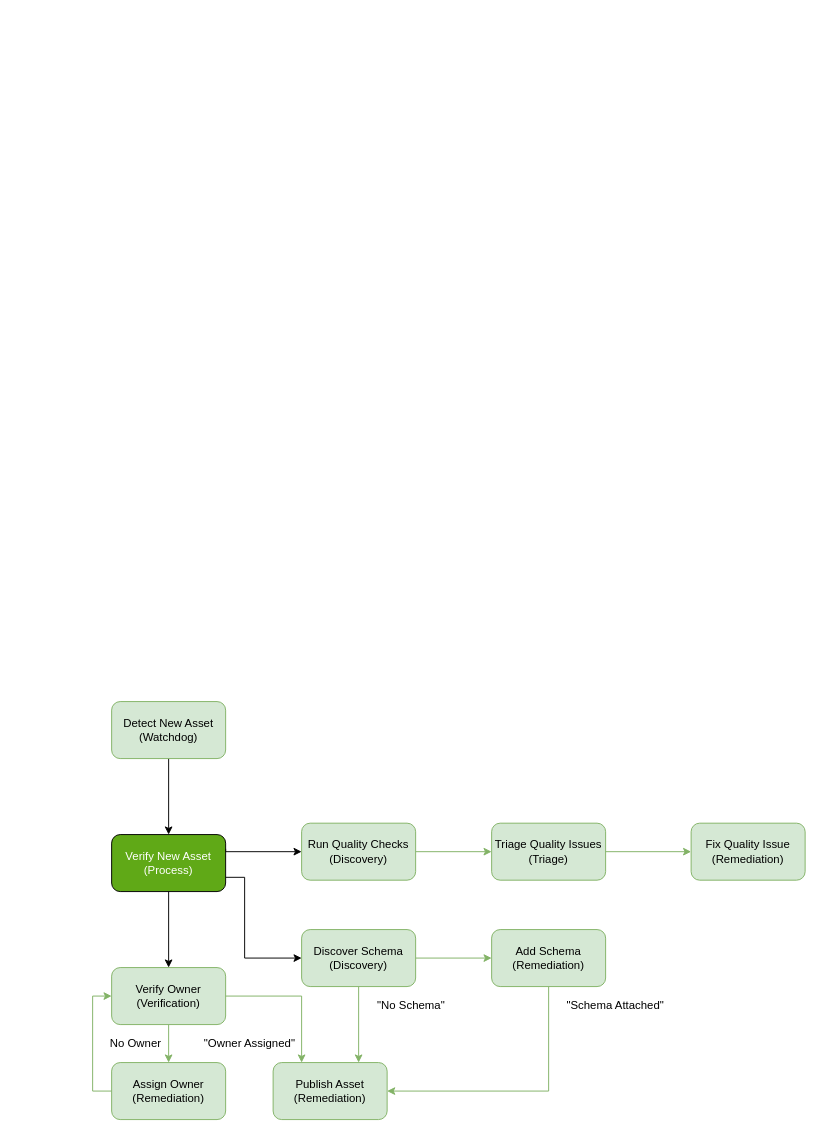
odpi/egeria keeps this draw.io diagram as page "governance-action-processes" (5 of 5) of open-metadata-implementation/frameworks/governance-action-framework/docs/governance-action-framework.drawio. Above is the earlier version. Source tidied: cells renumbered, new cells numbered last; positions are measured from the earlier drawing's top-left corner, leaving out a move shared by most shapes. Both pictures are drawn from the tidied source at 95%, with x=0, y=0 at pixel (92, 701).
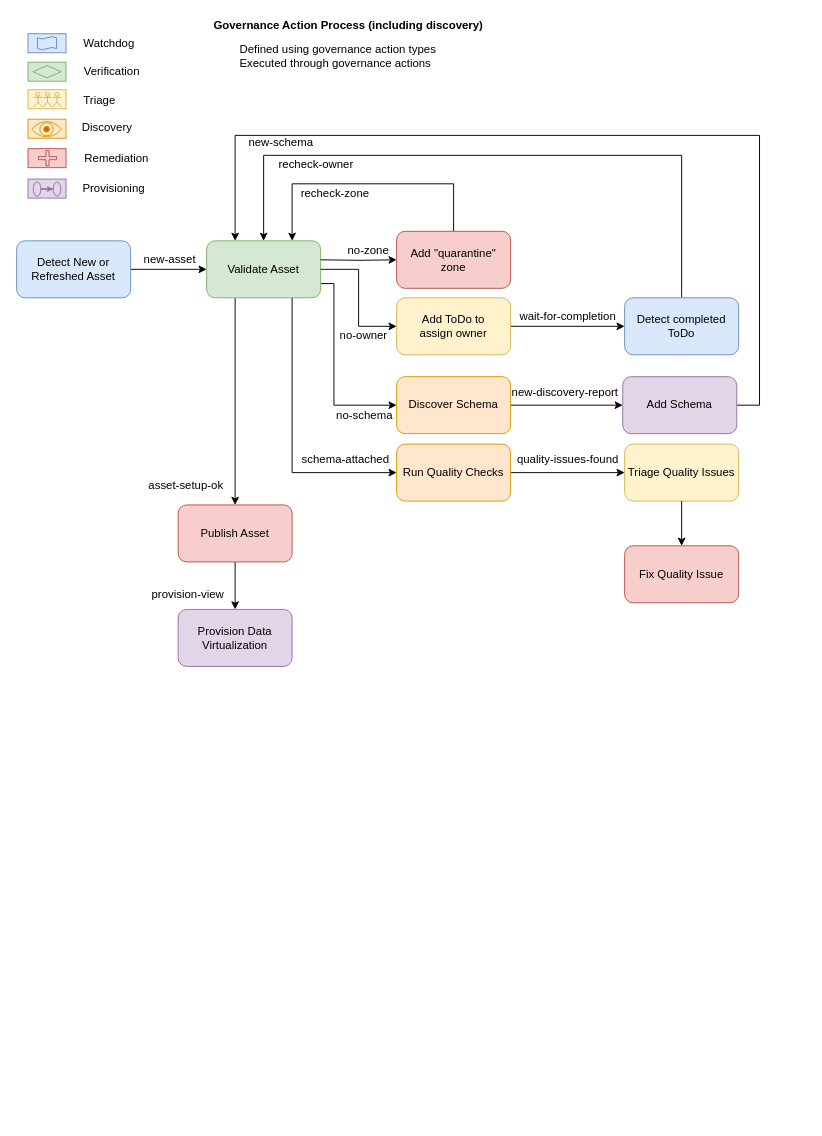
After the change.

Change to the diagram source:
```diff
@@
-    <mxCell id="2" style="edgeStyle=orthogonalEdgeStyle;rounded=0;jettySize=auto;html=1;fillColor=#d5e8d4;strokeColor=#82b366;" parent="1" edge="1" source="16" target="7">
-      <mxGeometry relative="1" as="geometry" />
-    </mxCell>
-    <mxCell id="3" style="edgeStyle=orthogonalEdgeStyle;rounded=0;jettySize=auto;html=1;exitX=1;exitY=0.75;exitDx=0;exitDy=0;" parent="1" edge="1" source="5" target="11">
-      <mxGeometry relative="1" as="geometry">
-        <Array as="points">
-          <mxPoint x="160" y="185" />
-          <mxPoint x="160" y="270" />
-        </Array>
-      </mxGeometry>
-    </mxCell>
-    <mxCell id="4" style="edgeStyle=orthogonalEdgeStyle;rounded=0;jettySize=auto;html=1;exitX=1;exitY=0.25;exitDx=0;exitDy=0;entryX=0;entryY=0.5;entryDx=0;entryDy=0;" parent="1" edge="1" source="5" target="15">
-      <mxGeometry relative="1" as="geometry">
-        <Array as="points">
-          <mxPoint x="140" y="158" />
-        </Array>
-      </mxGeometry>
-    </mxCell>
-    <mxCell id="5" value="Verify New Asset&lt;br&gt;(Process)" style="rounded=1;whiteSpace=wrap;html=1;fillColor=#60a917;fontColor=#ffffff;" parent="1" vertex="1">
-      <mxGeometry x="20" y="140" width="120" height="60" as="geometry" />
-    </mxCell>
-    <mxCell id="6" style="edgeStyle=orthogonalEdgeStyle;rounded=0;jettySize=auto;html=1;entryX=0;entryY=0.5;entryDx=0;entryDy=0;fillColor=#d5e8d4;strokeColor=#82b366;" parent="1" edge="1" source="7" target="16">
-      <mxGeometry relative="1" as="geometry">
-        <Array as="points">
-          <mxPoint y="410" />
-          <mxPoint y="310" />
-        </Array>
-      </mxGeometry>
-    </mxCell>
-    <mxCell id="7" value="Assign Owner&lt;br&gt;(Remediation)" style="rounded=1;whiteSpace=wrap;html=1;fillColor=#d5e8d4;strokeColor=#82b366;" parent="1" vertex="1">
-      <mxGeometry x="20" y="380" width="120" height="60" as="geometry" />
-    </mxCell>
-    <mxCell id="8" style="edgeStyle=orthogonalEdgeStyle;rounded=0;jettySize=auto;html=1;exitX=1;exitY=0.5;exitDx=0;exitDy=0;fillColor=#d5e8d4;strokeColor=#82b366;" parent="1" edge="1" source="15" target="12">
-      <mxGeometry relative="1" as="geometry" />
-    </mxCell>
-    <mxCell id="9" style="edgeStyle=orthogonalEdgeStyle;rounded=0;jettySize=auto;html=1;fillColor=#d5e8d4;strokeColor=#82b366;" parent="1" edge="1" source="11" target="14">
-      <mxGeometry relative="1" as="geometry" />
-    </mxCell>
-    <mxCell id="10" style="edgeStyle=orthogonalEdgeStyle;rounded=0;jettySize=auto;html=1;entryX=0.75;entryY=0;entryDx=0;entryDy=0;fillColor=#d5e8d4;strokeColor=#82b366;" parent="1" edge="1" source="11" target="21">
-      <mxGeometry relative="1" as="geometry" />
-    </mxCell>
-    <mxCell id="11" value="Discover Schema&lt;br&gt;(Discovery)" style="rounded=1;whiteSpace=wrap;html=1;fillColor=#d5e8d4;strokeColor=#82b366;" parent="1" vertex="1">
-      <mxGeometry x="220" y="240" width="120" height="60" as="geometry" />
-    </mxCell>
-    <mxCell id="12" value="Triage Quality Issues&lt;br&gt;(Triage)" style="rounded=1;whiteSpace=wrap;html=1;fillColor=#d5e8d4;strokeColor=#82b366;" parent="1" vertex="1">
-      <mxGeometry x="420" y="128" width="120" height="60" as="geometry" />
-    </mxCell>
-    <mxCell id="13" style="edgeStyle=orthogonalEdgeStyle;rounded=0;jettySize=auto;html=1;entryX=1;entryY=0.5;entryDx=0;entryDy=0;fillColor=#d5e8d4;strokeColor=#82b366;" parent="1" edge="1" source="14" target="21">
-      <mxGeometry relative="1" as="geometry">
-        <Array as="points">
-          <mxPoint x="480" y="410" />
-        </Array>
-      </mxGeometry>
-    </mxCell>
-    <mxCell id="14" value="Add Schema&lt;br&gt;(Remediation)" style="rounded=1;whiteSpace=wrap;html=1;fillColor=#d5e8d4;strokeColor=#82b366;" parent="1" vertex="1">
-      <mxGeometry x="420" y="240" width="120" height="60" as="geometry" />
-    </mxCell>
-    <mxCell id="15" value="Run Quality Checks&lt;br&gt;(Discovery)" style="rounded=1;whiteSpace=wrap;html=1;fillColor=#d5e8d4;strokeColor=#82b366;" parent="1" vertex="1">
-      <mxGeometry x="220" y="128" width="120" height="60" as="geometry" />
-    </mxCell>
-    <mxCell id="16" value="Verify Owner&lt;br&gt;(Verification)" style="rounded=1;whiteSpace=wrap;html=1;fillColor=#d5e8d4;strokeColor=#82b366;" parent="1" vertex="1">
-      <mxGeometry x="20" y="280" width="120" height="60" as="geometry" />
-    </mxCell>
-    <mxCell id="17" style="edgeStyle=orthogonalEdgeStyle;rounded=0;jettySize=auto;html=1;" parent="1" edge="1" source="5" target="16">
-      <mxGeometry relative="1" as="geometry" />
-    </mxCell>
-    <mxCell id="18" style="edgeStyle=orthogonalEdgeStyle;rounded=0;jettySize=auto;html=1;exitX=1;exitY=0.5;exitDx=0;exitDy=0;fillColor=#d5e8d4;strokeColor=#82b366;" parent="1" edge="1" source="12" target="19">
-      <mxGeometry relative="1" as="geometry" />
-    </mxCell>
-    <mxCell id="19" value="Fix Quality Issue&lt;br&gt;(Remediation)" style="rounded=1;whiteSpace=wrap;html=1;fillColor=#d5e8d4;strokeColor=#82b366;" parent="1" vertex="1">
-      <mxGeometry x="630" y="128" width="120" height="60" as="geometry" />
-    </mxCell>
-    <mxCell id="20" style="edgeStyle=orthogonalEdgeStyle;rounded=0;jettySize=auto;html=1;fillColor=#d5e8d4;strokeColor=#82b366;exitX=1;exitY=0.5;exitDx=0;exitDy=0;entryX=0.25;entryY=0;entryDx=0;entryDy=0;" parent="1" edge="1" source="16" target="21">
-      <mxGeometry relative="1" as="geometry" />
-    </mxCell>
-    <mxCell id="21" value="Publish Asset&lt;br&gt;(Remediation)" style="rounded=1;whiteSpace=wrap;html=1;fillColor=#d5e8d4;strokeColor=#82b366;" parent="1" vertex="1">
-      <mxGeometry x="190" y="380" width="120" height="60" as="geometry" />
-    </mxCell>
-    <mxCell id="22" value="&quot;No Schema&quot;" style="text;html=1;align=center;verticalAlign=middle;" parent="1" vertex="1">
-      <mxGeometry x="290" y="310" width="90" height="20" as="geometry" />
-    </mxCell>
-    <mxCell id="23" value="&quot;Schema Attached&quot;" style="text;html=1;align=center;verticalAlign=middle;" parent="1" vertex="1">
-      <mxGeometry x="490" y="310" width="120" height="20" as="geometry" />
-    </mxCell>
-    <mxCell id="24" value="&quot;Owner Assigned&quot;" style="text;html=1;align=center;verticalAlign=middle;" parent="1" vertex="1">
-      <mxGeometry x="110" y="350" width="110" height="20" as="geometry" />
-    </mxCell>
-    <mxCell id="25" value="No Owner" style="text;html=1;align=center;verticalAlign=middle;" parent="1" vertex="1">
-      <mxGeometry x="10" y="350" width="70" height="20" as="geometry" />
-    </mxCell>
-    <mxCell id="26" style="edgeStyle=orthogonalEdgeStyle;rounded=0;jettySize=auto;html=1;" parent="1" edge="1" source="27" target="5">
-      <mxGeometry relative="1" as="geometry" />
-    </mxCell>
-    <mxCell id="27" value="Detect New Asset (Watchdog)" style="rounded=1;whiteSpace=wrap;html=1;fillColor=#d5e8d4;strokeColor=#82b366;" parent="1" vertex="1">
-      <mxGeometry x="20" width="120" height="60" as="geometry" />
-    </mxCell>
+    <mxCell id="28" style="rounded=0;whiteSpace=wrap;html=1;fillColor=#fff2cc;strokeColor=#d6b656;" parent="1" vertex="1">
+      <mxGeometry x="-68" y="-644" width="40" height="20" as="geometry" />
+    </mxCell>
+    <mxCell id="29" style="edgeStyle=orthogonalEdgeStyle;rounded=0;jettySize=auto;html=1;" parent="1" edge="1" source="30" target="33">
+      <mxGeometry relative="1" as="geometry" />
+    </mxCell>
+    <mxCell id="30" value="Detect New or&lt;br&gt;Refreshed Asset" style="rounded=1;whiteSpace=wrap;html=1;fillColor=#dae8fc;strokeColor=#6c8ebf;" parent="1" vertex="1">
+      <mxGeometry x="-80" y="-485" width="120" height="60" as="geometry" />
+    </mxCell>
+    <mxCell id="31" style="edgeStyle=orthogonalEdgeStyle;rounded=0;jettySize=auto;html=1;exitX=0.25;exitY=1;exitDx=0;exitDy=0;" parent="1" edge="1" source="33" target="58">
+      <mxGeometry relative="1" as="geometry" />
+    </mxCell>
+    <mxCell id="32" style="edgeStyle=orthogonalEdgeStyle;rounded=0;jettySize=auto;html=1;exitX=1;exitY=0.75;exitDx=0;exitDy=0;entryX=0;entryY=0.5;entryDx=0;entryDy=0;endArrow=classic;endFill=1;" parent="1" edge="1" source="33" target="73">
+      <mxGeometry relative="1" as="geometry">
+        <Array as="points">
+          <mxPoint x="254" y="-440" />
+          <mxPoint x="254" y="-312" />
+        </Array>
+      </mxGeometry>
+    </mxCell>
+    <mxCell id="33" value="Validate Asset" style="rounded=1;whiteSpace=wrap;html=1;fillColor=#d5e8d4;strokeColor=#82b366;" parent="1" vertex="1">
+      <mxGeometry x="120" y="-485" width="120" height="60" as="geometry" />
+    </mxCell>
+    <mxCell id="34" value="new-asset" style="text;html=1;align=center;verticalAlign=middle;" parent="1" vertex="1">
+      <mxGeometry x="46" y="-475" width="70" height="20" as="geometry" />
+    </mxCell>
+    <mxCell id="35" style="edgeStyle=orthogonalEdgeStyle;rounded=0;jettySize=auto;html=1;" parent="1" edge="1" target="37">
+      <mxGeometry relative="1" as="geometry">
+        <mxPoint x="240" y="-465" as="sourcePoint" />
+      </mxGeometry>
+    </mxCell>
+    <mxCell id="36" style="edgeStyle=orthogonalEdgeStyle;rounded=0;jettySize=auto;html=1;entryX=0.75;entryY=0;entryDx=0;entryDy=0;" parent="1" edge="1" source="37" target="33">
+      <mxGeometry relative="1" as="geometry">
+        <Array as="points">
+          <mxPoint x="380" y="-545" />
+          <mxPoint x="210" y="-545" />
+        </Array>
+      </mxGeometry>
+    </mxCell>
+    <mxCell id="37" value="Add &quot;quarantine&quot; zone" style="rounded=1;whiteSpace=wrap;html=1;fillColor=#f8cecc;strokeColor=#b85450;" parent="1" vertex="1">
+      <mxGeometry x="320" y="-495" width="120" height="60" as="geometry" />
+    </mxCell>
+    <mxCell id="38" value="no-zone" style="text;html=1;align=center;verticalAlign=middle;" parent="1" vertex="1">
+      <mxGeometry x="260" y="-485" width="60" height="20" as="geometry" />
+    </mxCell>
+    <mxCell id="39" style="rounded=0;whiteSpace=wrap;html=1;fillColor=#dae8fc;strokeColor=#6c8ebf;" parent="1" vertex="1">
+      <mxGeometry x="-68" y="-703" width="40" height="20" as="geometry" />
+    </mxCell>
+    <mxCell id="40" value="Watchdog" style="text;html=1;align=center;verticalAlign=middle;" parent="1" vertex="1">
+      <mxGeometry x="-18" y="-703" width="70" height="20" as="geometry" />
+    </mxCell>
+    <mxCell id="41" style="rounded=0;whiteSpace=wrap;html=1;fillColor=#d5e8d4;strokeColor=#82b366;" parent="1" vertex="1">
+      <mxGeometry x="-68" y="-673" width="40" height="20" as="geometry" />
+    </mxCell>
+    <mxCell id="42" value="Verification" style="text;html=1;align=center;verticalAlign=middle;" parent="1" vertex="1">
+      <mxGeometry x="-15" y="-673" width="70" height="20" as="geometry" />
+    </mxCell>
+    <mxCell id="43" style="rounded=0;whiteSpace=wrap;html=1;fillColor=#f8cecc;strokeColor=#b85450;" parent="1" vertex="1">
+      <mxGeometry x="-68" y="-582" width="40" height="20" as="geometry" />
+    </mxCell>
+    <mxCell id="44" style="rounded=0;whiteSpace=wrap;html=1;fillColor=#ffe6cc;strokeColor=#d79b00;" parent="1" vertex="1">
+      <mxGeometry x="-68" y="-613" width="40" height="20" as="geometry" />
+    </mxCell>
+    <mxCell id="45" value="Discovery" style="text;html=1;align=center;verticalAlign=middle;" parent="1" vertex="1">
+      <mxGeometry x="-17" y="-613" width="63" height="18" as="geometry" />
+    </mxCell>
+    <mxCell id="46" value="Remediation" style="text;html=1;align=center;verticalAlign=middle;" parent="1" vertex="1">
+      <mxGeometry x="-15" y="-582" width="80" height="20" as="geometry" />
+    </mxCell>
+    <mxCell id="47" value="Triage" style="text;html=1;align=center;verticalAlign=middle;" parent="1" vertex="1">
+      <mxGeometry x="-18" y="-643" width="50" height="20" as="geometry" />
+    </mxCell>
+    <mxCell id="48" style="edgeStyle=orthogonalEdgeStyle;rounded=0;jettySize=auto;html=1;exitX=1;exitY=0.5;exitDx=0;exitDy=0;" parent="1" edge="1" source="33" target="50">
+      <mxGeometry relative="1" as="geometry" />
+    </mxCell>
+    <mxCell id="49" style="edgeStyle=orthogonalEdgeStyle;rounded=0;jettySize=auto;html=1;entryX=0;entryY=0.5;entryDx=0;entryDy=0;" parent="1" edge="1" source="50" target="53">
+      <mxGeometry relative="1" as="geometry" />
+    </mxCell>
+    <mxCell id="50" value="Add ToDo to&lt;br&gt;assign owner" style="rounded=1;whiteSpace=wrap;html=1;fillColor=#fff2cc;strokeColor=#d6b656;" parent="1" vertex="1">
+      <mxGeometry x="320" y="-425" width="120" height="60" as="geometry" />
+    </mxCell>
+    <mxCell id="51" value="no-owner" style="text;html=1;align=center;verticalAlign=middle;" parent="1" vertex="1">
+      <mxGeometry x="250" y="-395" width="70" height="20" as="geometry" />
+    </mxCell>
+    <mxCell id="52" style="edgeStyle=orthogonalEdgeStyle;rounded=0;jettySize=auto;html=1;entryX=0.5;entryY=0;entryDx=0;entryDy=0;" parent="1" edge="1" source="53" target="33">
+      <mxGeometry relative="1" as="geometry">
+        <Array as="points">
+          <mxPoint x="620" y="-575" />
+          <mxPoint x="180" y="-575" />
+        </Array>
+      </mxGeometry>
+    </mxCell>
+    <mxCell id="53" value="Detect completed&lt;br&gt;ToDo" style="rounded=1;whiteSpace=wrap;html=1;fillColor=#dae8fc;strokeColor=#6c8ebf;" parent="1" vertex="1">
+      <mxGeometry x="560" y="-425" width="120" height="60" as="geometry" />
+    </mxCell>
+    <mxCell id="54" value="wait-for-completion" style="text;html=1;align=center;verticalAlign=middle;" parent="1" vertex="1">
+      <mxGeometry x="440" y="-415" width="120" height="20" as="geometry" />
+    </mxCell>
+    <mxCell id="55" value="recheck-owner" style="text;html=1;align=center;verticalAlign=middle;" parent="1" vertex="1">
+      <mxGeometry x="190" y="-575" width="90" height="20" as="geometry" />
+    </mxCell>
+    <mxCell id="56" value="recheck-zone" style="text;html=1;align=center;verticalAlign=middle;" parent="1" vertex="1">
+      <mxGeometry x="210" y="-545" width="90" height="20" as="geometry" />
+    </mxCell>
+    <mxCell id="57" style="edgeStyle=orthogonalEdgeStyle;rounded=0;jettySize=auto;html=1;" parent="1" edge="1" source="58" target="59">
+      <mxGeometry relative="1" as="geometry" />
+    </mxCell>
+    <mxCell id="58" value="Publish Asset" style="rounded=1;whiteSpace=wrap;html=1;fillColor=#f8cecc;strokeColor=#b85450;" parent="1" vertex="1">
+      <mxGeometry x="90" y="-207" width="120" height="60" as="geometry" />
+    </mxCell>
+    <mxCell id="59" value="Provision Data Virtualization" style="rounded=1;whiteSpace=wrap;html=1;fillColor=#e1d5e7;strokeColor=#9673a6;" parent="1" vertex="1">
+      <mxGeometry x="90" y="-97" width="120" height="60" as="geometry" />
+    </mxCell>
+    <mxCell id="60" value="asset-setup-ok" style="text;html=1;align=center;verticalAlign=middle;" parent="1" vertex="1">
+      <mxGeometry x="53" y="-237" width="90" height="20" as="geometry" />
+    </mxCell>
+    <mxCell id="61" style="strokeWidth=1;html=1;shape=mxgraph.flowchart.decision;whiteSpace=wrap;align=left;fillColor=#d5e8d4;strokeColor=#82b366;" parent="1" vertex="1">
+      <mxGeometry x="-63" y="-669.5" width="30" height="13" as="geometry" />
+    </mxCell>
+    <mxCell id="62" style="shape=tape;whiteSpace=wrap;html=1;strokeWidth=1;size=0.19;align=left;fillColor=#dae8fc;strokeColor=#6c8ebf;" parent="1" vertex="1">
+      <mxGeometry x="-58" y="-700" width="20" height="14" as="geometry" />
+    </mxCell>
+    <mxCell id="63" style="shape=cross;whiteSpace=wrap;html=1;strokeWidth=1;align=left;fillColor=#f8cecc;strokeColor=#b85450;" parent="1" vertex="1">
+      <mxGeometry x="-57" y="-580" width="19" height="16" as="geometry" />
+    </mxCell>
+    <mxCell id="64" style="shape=umlActor;verticalLabelPosition=bottom;verticalAlign=top;html=1;strokeWidth=1;align=left;fillColor=#fff2cc;strokeColor=#d6b656;" parent="1" vertex="1">
+      <mxGeometry x="-52" y="-641" width="9" height="15" as="geometry" />
+    </mxCell>
+    <mxCell id="65" style="shape=umlActor;verticalLabelPosition=bottom;verticalAlign=top;html=1;strokeWidth=1;align=left;fillColor=#fff2cc;strokeColor=#d6b656;" parent="1" vertex="1">
+      <mxGeometry x="-42" y="-641" width="9" height="15" as="geometry" />
+    </mxCell>
+    <mxCell id="66" style="shape=umlActor;verticalLabelPosition=bottom;verticalAlign=top;html=1;strokeWidth=1;align=left;fillColor=#fff2cc;strokeColor=#d6b656;" parent="1" vertex="1">
+      <mxGeometry x="-62" y="-641" width="9" height="15" as="geometry" />
+    </mxCell>
+    <mxCell id="67" value="provision-view" style="text;html=1;align=center;verticalAlign=middle;" parent="1" vertex="1">
+      <mxGeometry x="57" y="-122" width="86" height="18" as="geometry" />
+    </mxCell>
+    <mxCell id="68" value="Governance Action Process (including discovery)" style="text;html=1;align=center;verticalAlign=middle;fontStyle=1;" parent="1" vertex="1">
+      <mxGeometry x="122" y="-721" width="294" height="18" as="geometry" />
+    </mxCell>
+    <mxCell id="69" value="Defined using governance action types&lt;br&gt;Executed through governance actions" style="text;html=1;align=left;verticalAlign=middle;" parent="1" vertex="1">
+      <mxGeometry x="153" y="-695.5" width="217" height="32" as="geometry" />
+    </mxCell>
+    <mxCell id="70" style="edgeStyle=orthogonalEdgeStyle;rounded=0;jettySize=auto;html=1;entryX=0;entryY=0.5;entryDx=0;entryDy=0;exitX=0.75;exitY=1;exitDx=0;exitDy=0;" parent="1" edge="1" source="33" target="77">
+      <mxGeometry relative="1" as="geometry">
+        <Array as="points">
+          <mxPoint x="210" y="-241" />
+        </Array>
+      </mxGeometry>
+    </mxCell>
+    <mxCell id="71" style="edgeStyle=orthogonalEdgeStyle;rounded=0;jettySize=auto;html=1;exitX=1;exitY=0.5;exitDx=0;exitDy=0;entryX=0;entryY=0.5;entryDx=0;entryDy=0;" parent="1" edge="1" source="77" target="74">
+      <mxGeometry relative="1" as="geometry" />
+    </mxCell>
+    <mxCell id="72" style="edgeStyle=orthogonalEdgeStyle;rounded=0;jettySize=auto;html=1;entryX=0;entryY=0.5;entryDx=0;entryDy=0;" parent="1" edge="1" source="73" target="76">
+      <mxGeometry relative="1" as="geometry" />
+    </mxCell>
+    <mxCell id="73" value="Discover Schema" style="rounded=1;whiteSpace=wrap;html=1;fillColor=#ffe6cc;strokeColor=#d79b00;" parent="1" vertex="1">
+      <mxGeometry x="320" y="-342" width="120" height="60" as="geometry" />
+    </mxCell>
+    <mxCell id="74" value="Triage Quality Issues" style="rounded=1;whiteSpace=wrap;html=1;fillColor=#fff2cc;strokeColor=#d6b656;" parent="1" vertex="1">
+      <mxGeometry x="560" y="-271" width="120" height="60" as="geometry" />
+    </mxCell>
+    <mxCell id="75" style="edgeStyle=orthogonalEdgeStyle;rounded=0;jettySize=auto;html=1;entryX=0.25;entryY=0;entryDx=0;entryDy=0;endArrow=classic;endFill=1;" parent="1" edge="1" source="76" target="33">
+      <mxGeometry relative="1" as="geometry">
+        <Array as="points">
+          <mxPoint x="702" y="-312" />
+          <mxPoint x="702" y="-596" />
+          <mxPoint x="150" y="-596" />
+        </Array>
+      </mxGeometry>
+    </mxCell>
+    <mxCell id="76" value="Add Schema" style="rounded=1;whiteSpace=wrap;html=1;fillColor=#e1d5e7;strokeColor=#9673a6;" parent="1" vertex="1">
+      <mxGeometry x="558" y="-342" width="120" height="60" as="geometry" />
+    </mxCell>
+    <mxCell id="77" value="Run Quality Checks" style="rounded=1;whiteSpace=wrap;html=1;fillColor=#ffe6cc;strokeColor=#d79b00;" parent="1" vertex="1">
+      <mxGeometry x="320" y="-271" width="120" height="60" as="geometry" />
+    </mxCell>
+    <mxCell id="78" style="edgeStyle=orthogonalEdgeStyle;rounded=0;jettySize=auto;html=1;" parent="1" edge="1" source="74" target="79">
+      <mxGeometry relative="1" as="geometry" />
+    </mxCell>
+    <mxCell id="79" value="Fix Quality Issue" style="rounded=1;whiteSpace=wrap;html=1;fillColor=#f8cecc;strokeColor=#b85450;" parent="1" vertex="1">
+      <mxGeometry x="560" y="-164" width="120" height="60" as="geometry" />
+    </mxCell>
+    <mxCell id="80" style="rounded=0;whiteSpace=wrap;html=1;fillColor=#e1d5e7;strokeColor=#9673a6;" parent="1" vertex="1">
+      <mxGeometry x="-68" y="-550" width="40" height="20" as="geometry" />
+    </mxCell>
+    <mxCell id="81" value="Provisioning" style="text;html=1;align=center;verticalAlign=middle;" parent="1" vertex="1">
+      <mxGeometry x="-18" y="-550" width="80" height="20" as="geometry" />
+    </mxCell>
+    <mxCell id="82" style="edgeStyle=orthogonalEdgeStyle;rounded=0;jettySize=auto;html=1;endSize=4;fillColor=#e1d5e7;strokeColor=#9673a6;" parent="1" edge="1" source="83" target="84">
+      <mxGeometry relative="1" as="geometry" />
+    </mxCell>
+    <mxCell id="83" style="ellipse;whiteSpace=wrap;html=1;strokeWidth=1;align=left;fillColor=#e1d5e7;strokeColor=#9673a6;" parent="1" vertex="1">
+      <mxGeometry x="-62.5" y="-547" width="8" height="15" as="geometry" />
+    </mxCell>
+    <mxCell id="84" style="ellipse;whiteSpace=wrap;html=1;strokeWidth=1;align=left;fillColor=#e1d5e7;strokeColor=#9673a6;" parent="1" vertex="1">
+      <mxGeometry x="-41.5" y="-547" width="8" height="15" as="geometry" />
+    </mxCell>
+    <mxCell id="85" style="group;" parent="1" vertex="1">
+      <mxGeometry x="-64" y="-613" width="31" height="21" as="geometry" />
+    </mxCell>
+    <mxCell id="86" style="whiteSpace=wrap;html=1;shape=mxgraph.basic.pointed_oval;rotation=90;fillColor=#ffe6cc;strokeColor=#d79b00;" parent="85" vertex="1">
+      <mxGeometry x="5" y="-5" width="21" height="31" as="geometry" />
+    </mxCell>
+    <mxCell id="87" style="ellipse;whiteSpace=wrap;html=1;fillColor=#ffe6cc;strokeColor=#d79b00;" parent="85" vertex="1">
+      <mxGeometry x="8.5" y="3.5" width="14" height="14" as="geometry" />
+    </mxCell>
+    <mxCell id="88" style="ellipse;whiteSpace=wrap;html=1;strokeColor=#d79b00;fillColor=#CC6600;" parent="85" vertex="1">
+      <mxGeometry x="12.5" y="7.5" width="6" height="6" as="geometry" />
+    </mxCell>
+    <mxCell id="89" value="new-schema" style="text;html=1;align=center;verticalAlign=middle;" parent="1" vertex="1">
+      <mxGeometry x="159" y="-597" width="78" height="18" as="geometry" />
+    </mxCell>
+    <mxCell id="90" value="no-schema" style="text;html=1;align=center;verticalAlign=middle;" parent="1" vertex="1">
+      <mxGeometry x="251" y="-310" width="69" height="18" as="geometry" />
+    </mxCell>
+    <mxCell id="91" value="schema-attached" style="text;html=1;align=center;verticalAlign=middle;" parent="1" vertex="1">
+      <mxGeometry x="215" y="-264" width="102" height="18" as="geometry" />
+    </mxCell>
+    <mxCell id="92" value="new-discovery-report" style="text;html=1;align=center;verticalAlign=middle;" parent="1" vertex="1">
+      <mxGeometry x="436" y="-334" width="122" height="18" as="geometry" />
+    </mxCell>
+    <mxCell id="93" value="quality-issues-found" style="text;html=1;align=center;verticalAlign=middle;" parent="1" vertex="1">
+      <mxGeometry x="441" y="-264" width="117" height="18" as="geometry" />
+    </mxCell>
```
